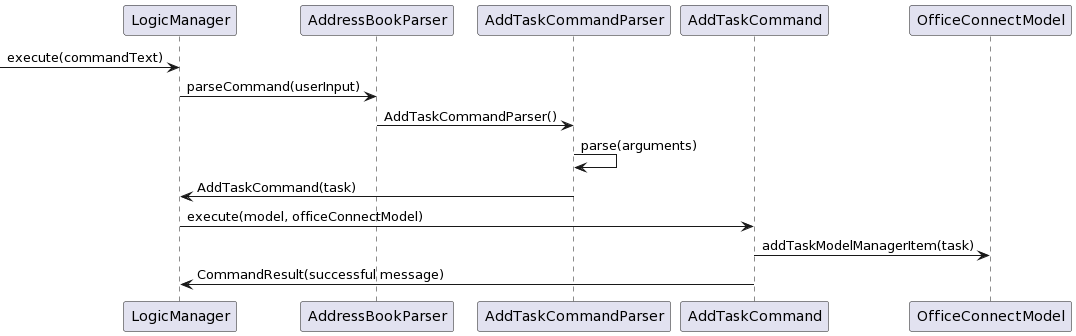
Above: docs/images/AddTaskSequenceDiagram.png in nus-cs2103-AY2223S2/tp (PlantUML), before the change.
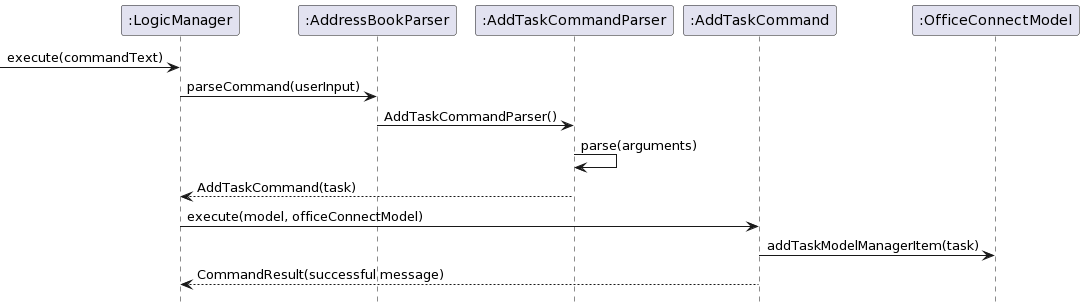
The same diagram one commit later.

Diff of the diagram source:
```diff
@@ -1,10 +1,16 @@
 @startuml
+hide footbox
+participant ":LogicManager" as LogicManager
+participant ":AddressBookParser" as AddressBookParser
+participant ":AddTaskCommandParser" as AddTaskCommandParser
+participant ":AddTaskCommand" as AddTaskCommand
+participant ":OfficeConnectModel" as OfficeConnectModel
 -> LogicManager: execute(commandText)
 LogicManager -> AddressBookParser : parseCommand(userInput)
 AddressBookParser -> AddTaskCommandParser : AddTaskCommandParser()
 AddTaskCommandParser -> AddTaskCommandParser: parse(arguments)
-AddTaskCommandParser -> LogicManager : AddTaskCommand(task)
+AddTaskCommandParser --> LogicManager : AddTaskCommand(task)
 LogicManager -> AddTaskCommand: execute(model, officeConnectModel)
 AddTaskCommand -> OfficeConnectModel: addTaskModelManagerItem(task)
-AddTaskCommand -> LogicManager: CommandResult(successful message)
+AddTaskCommand --> LogicManager: CommandResult(successful message)
 @enduml
```
